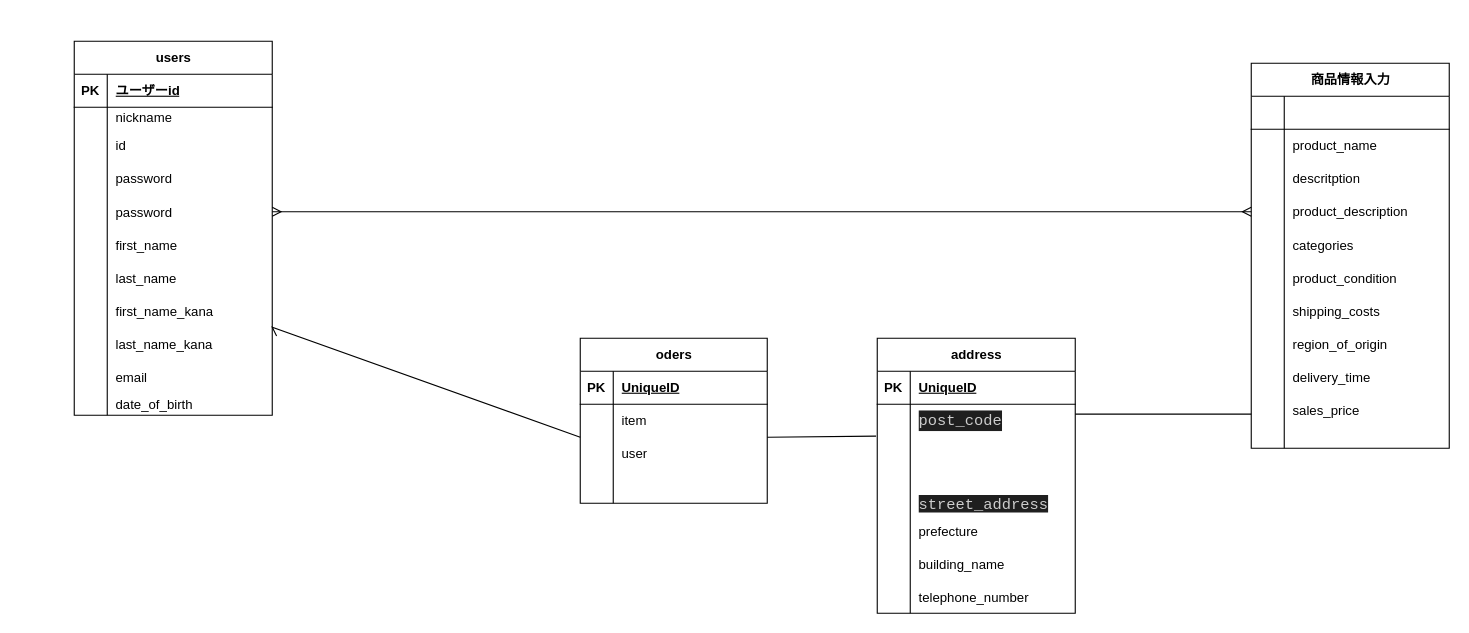
kueitosu401/furima-41964 keeps this draw.io diagram as ERB.dio. Above is the earlier version. Source tidied: cells renumbered, new cells numbered last; positions are measured from the earlier drawing's top-left corner, leaving out a move shared by most shapes. Both pictures are drawn from the tidied source at 110%, with x=0, y=0 at pixel (19, 41).
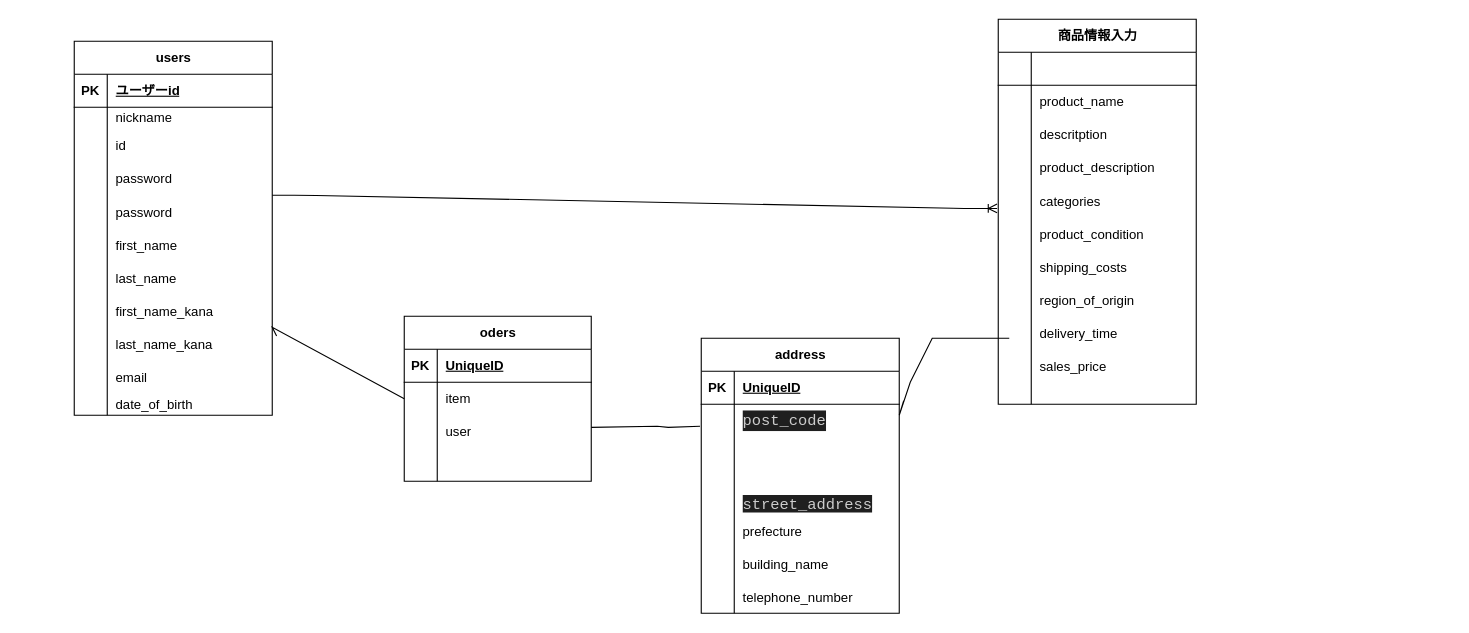
Above is the later version.

Unchanged cells that the change refers to:
```xml
<mxCell id="19" style="shape=tableRow;horizontal=0;startSize=0;swimlaneHead=0;swimlaneBody=0;fillColor=none;points=[[0,0.5],[1,0.5]];portConstraint=eastwest;top=0;left=0;right=0;bottom=0;" parent="6" vertex="1">
  <mxGeometry y="140" width="180" height="30" as="geometry" />
</mxCell>
<mxCell id="31" style="shape=tableRow;horizontal=0;startSize=0;swimlaneHead=0;swimlaneBody=0;fillColor=none;points=[[0,0.5],[1,0.5]];portConstraint=eastwest;top=0;left=0;right=0;bottom=0;" parent="6" vertex="1">
  <mxGeometry y="260" width="180" height="30" as="geometry" />
</mxCell>
<mxCell id="50" style="shape=tableRow;horizontal=0;startSize=0;swimlaneHead=0;swimlaneBody=0;fillColor=none;points=[[0,0.5],[1,0.5]];portConstraint=eastwest;top=0;left=0;right=0;bottom=0;" parent="40" vertex="1">
  <mxGeometry y="120" width="180" height="30" as="geometry" />
</mxCell>
<mxCell id="53" style="shape=tableRow;horizontal=0;startSize=0;swimlaneHead=0;swimlaneBody=0;fillColor=none;points=[[0,0.5],[1,0.5]];portConstraint=eastwest;top=0;left=0;right=0;bottom=0;" parent="40" vertex="1">
  <mxGeometry y="150" width="180" height="30" as="geometry" />
</mxCell>
<mxCell id="78" style="shape=tableRow;horizontal=0;startSize=0;swimlaneHead=0;swimlaneBody=0;fillColor=none;points=[[0,0.5],[1,0.5]];portConstraint=eastwest;top=0;left=0;right=0;bottom=0;" parent="74" vertex="1">
  <mxGeometry y="60" width="180" height="30" as="geometry" />
</mxCell>
<mxCell id="81" style="shape=tableRow;horizontal=0;startSize=0;swimlaneHead=0;swimlaneBody=0;fillColor=none;points=[[0,0.5],[1,0.5]];portConstraint=eastwest;top=0;left=0;right=0;bottom=0;" parent="74" vertex="1">
  <mxGeometry y="90" width="180" height="30" as="geometry" />
</mxCell>
<mxCell id="104" style="shape=tableRow;horizontal=0;startSize=0;swimlaneHead=0;swimlaneBody=0;fillColor=none;points=[[0,0.5],[1,0.5]];portConstraint=eastwest;top=0;left=0;right=0;bottom=0;" parent="100" vertex="1">
  <mxGeometry y="60" width="170" height="30" as="geometry" />
</mxCell>
```

The edit, as a diff of the source:
```diff
@@
     <mxCell id="40" value="商品情報入力" style="shape=table;startSize=30;childLayout=tableLayout;rowLines=0;fontStyle=1;align=center;html=1;" parent="1" vertex="1">
-      <mxGeometry x="1120" y="20" width="180" height="350" as="geometry" />
+      <mxGeometry x="890" y="-20" width="180" height="350" as="geometry" />
     </mxCell>
@@
     <mxCell id="74" value="address" style="shape=table;startSize=30;childLayout=tableLayout;rowLines=0;fontStyle=1;align=center;html=1;" parent="1" vertex="1">
-      <mxGeometry x="780" y="270" width="180" height="250" as="geometry" />
+      <mxGeometry x="620" y="270" width="180" height="250" as="geometry" />
     </mxCell>
@@
-    <mxCell id="99" style="edgeStyle=entityRelationEdgeStyle;fontSize=12;html=1;endArrow=ERmany;startArrow=ERmany;entryX=0;entryY=0.5;entryDx=0;entryDy=0;" parent="1" edge="1" source="19" target="50">
-      <mxGeometry relative="1" as="geometry" />
-    </mxCell>
     <mxCell id="100" value="oders" style="shape=table;startSize=30;childLayout=tableLayout;rowLines=0;fontStyle=1;align=center;html=1;" parent="1" vertex="1">
-      <mxGeometry x="510" y="270" width="170" height="150" as="geometry" />
+      <mxGeometry x="350" y="250" width="170" height="150" as="geometry" />
     </mxCell>
@@
-    <mxCell id="113" style="endArrow=none;html=1;rounded=0;exitX=1.022;exitY=0.267;exitDx=0;exitDy=0;exitPerimeter=0;" parent="1" edge="1" source="31">
+    <mxCell id="113" style="endArrow=none;html=1;rounded=0;exitX=1.022;exitY=0.267;exitDx=0;exitDy=0;exitPerimeter=0;entryX=0;entryY=0.5;entryDx=0;entryDy=0;" parent="1" edge="1" source="31" target="104">
       <mxGeometry relative="1" as="geometry">
-        <mxPoint x="510" y="360" as="targetPoint" />
         <Array as="points">
           <mxPoint x="230" y="260" />
         </Array>
       </mxGeometry>
     </mxCell>
-    <mxCell id="114" style="endArrow=none;html=1;rounded=0;" parent="1" edge="1">
-      <mxGeometry relative="1" as="geometry">
-        <mxPoint x="960" y="339" as="sourcePoint" />
-        <mxPoint x="1120" y="339" as="targetPoint" />
-      </mxGeometry>
-    </mxCell>
-    <mxCell id="115" style="endArrow=none;html=1;rounded=0;entryX=-0.006;entryY=-0.033;entryDx=0;entryDy=0;entryPerimeter=0;" parent="1" edge="1" target="81">
+    <mxCell id="115" style="endArrow=none;html=1;rounded=0;entryX=-0.006;entryY=-0.033;entryDx=0;entryDy=0;entryPerimeter=0;" parent="1" edge="1">
       <mxGeometry relative="1" as="geometry">
-        <mxPoint x="680" y="360" as="sourcePoint" />
+        <mxPoint x="520" y="351" as="sourcePoint" />
+        <mxPoint x="618.9" y="350" as="targetPoint" />
+        <Array as="points">
+          <mxPoint x="580" y="350" />
+          <mxPoint x="590" y="351" />
+        </Array>
       </mxGeometry>
     </mxCell>
+    <mxCell id="116" style="edgeStyle=entityRelationEdgeStyle;fontSize=12;html=1;endArrow=ERoneToMany;entryX=-0.006;entryY=0.733;entryDx=0;entryDy=0;entryPerimeter=0;" parent="1" edge="1" target="53">
+      <mxGeometry relative="1" as="geometry">
+        <mxPoint x="230" y="140" as="sourcePoint" />
+      </mxGeometry>
+    </mxCell>
+    <mxCell id="117" style="endArrow=none;html=1;rounded=0;exitX=1.022;exitY=-0.1;exitDx=0;exitDy=0;exitPerimeter=0;" parent="1" edge="1" source="78">
+      <mxGeometry relative="1" as="geometry">
+        <mxPoint x="900" y="270" as="targetPoint" />
+        <Array as="points">
+          <mxPoint x="800" y="340" />
+          <mxPoint x="810" y="310" />
+          <mxPoint x="830" y="270" />
+        </Array>
+      </mxGeometry>
+    </mxCell>
```
